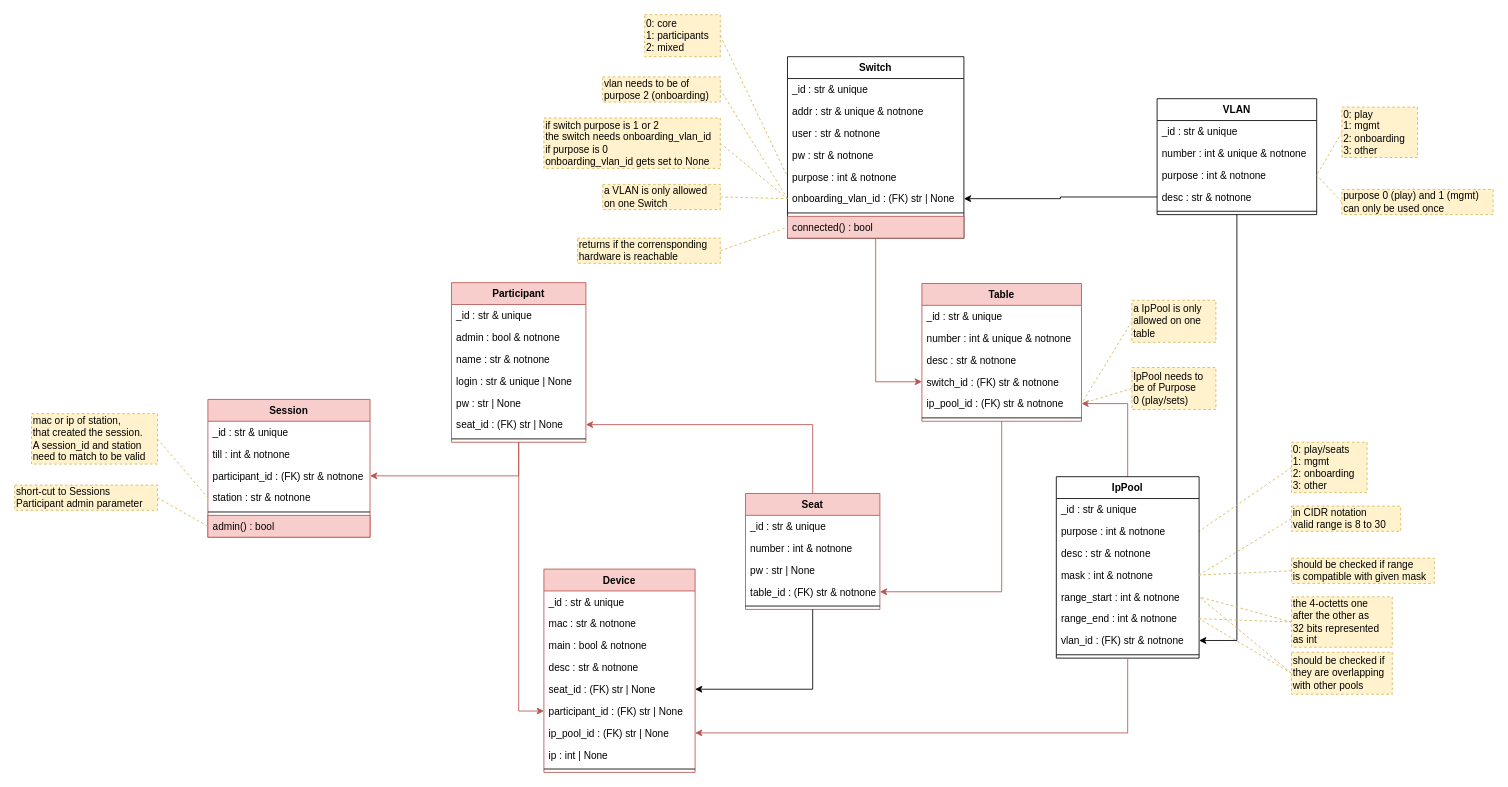
The draw.io diagram docs/elements_classes.drawio in nils-ost/LanPartyOnboardingSystem, before the edit. Source tidied: cells renumbered, new cells numbered last; positions are measured from the earlier drawing's top-left corner, leaving out a move shared by most shapes. Both pictures are drawn from the tidied source at 84%, with x=0, y=0 at pixel (14, 14).
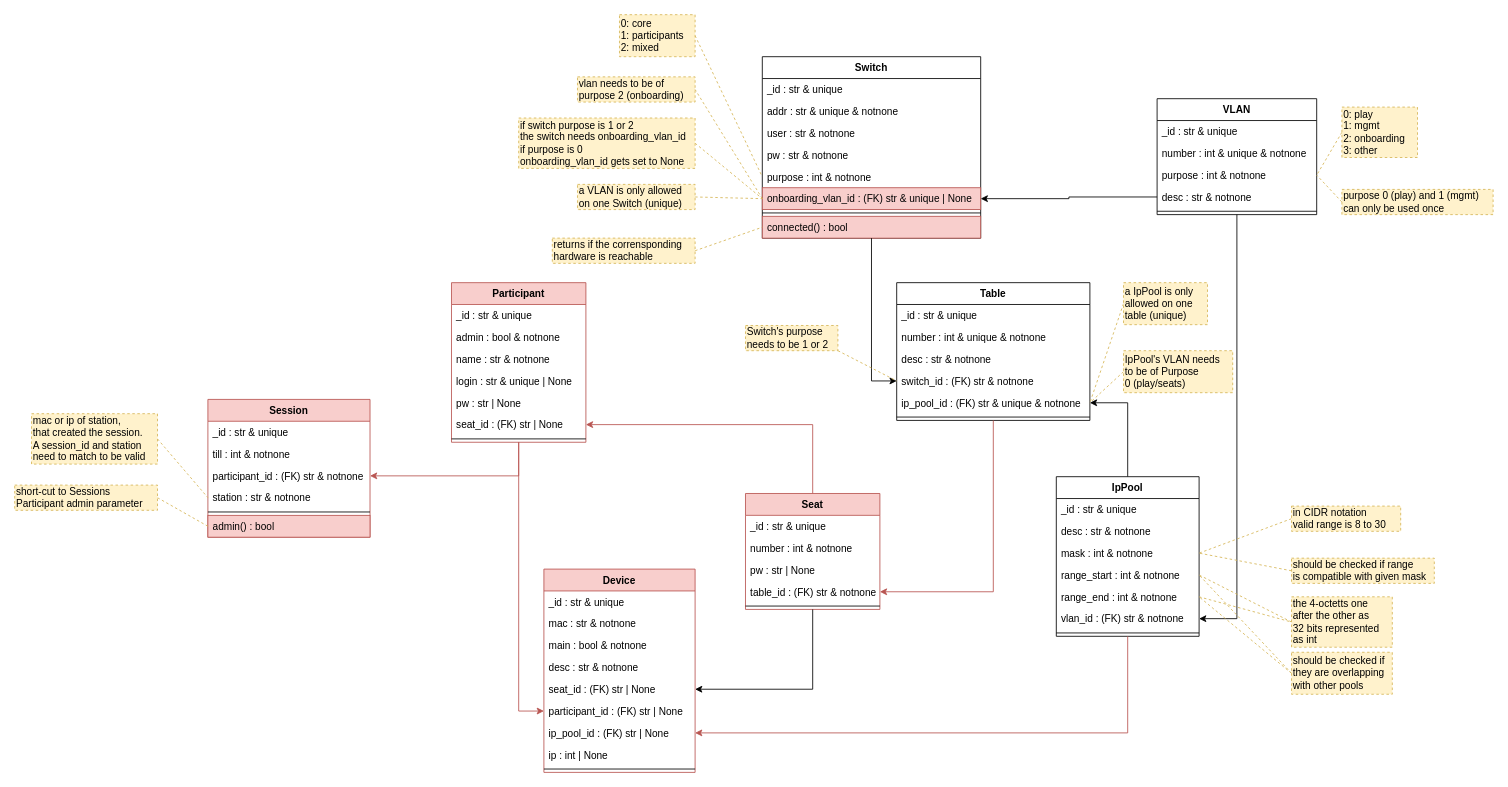
The same diagram, later.

Commit message (it also covers changes not shown here):
added element Table

Change to the diagram source:
```diff
@@
     <mxCell id="9" value="Switch" style="swimlane;fontStyle=1;align=center;verticalAlign=top;horizontal=1;startSize=26;" parent="1" vertex="1">
-      <mxGeometry x="920" y="50" width="210" height="216" as="geometry" />
+      <mxGeometry x="890" y="50" width="260" height="216" as="geometry" />
     </mxCell>
     <mxCell id="10" value="_id : str &amp; unique" style="text;strokeColor=none;fillColor=none;align=left;verticalAlign=top;spacingLeft=4;spacingRight=4;overflow=hidden;" parent="9" vertex="1">
-      <mxGeometry y="26" width="210" height="26" as="geometry" />
+      <mxGeometry y="26" width="260" height="26" as="geometry" />
     </mxCell>
     <mxCell id="11" value="addr : str &amp; unique &amp; notnone" style="text;strokeColor=none;fillColor=none;align=left;verticalAlign=top;spacingLeft=4;spacingRight=4;overflow=hidden;" parent="9" vertex="1">
-      <mxGeometry y="52" width="210" height="26" as="geometry" />
+      <mxGeometry y="52" width="260" height="26" as="geometry" />
     </mxCell>
     <mxCell id="12" value="user : str &amp; notnone" style="text;strokeColor=none;fillColor=none;align=left;verticalAlign=top;spacingLeft=4;spacingRight=4;overflow=hidden;" parent="9" vertex="1">
-      <mxGeometry y="78" width="210" height="26" as="geometry" />
+      <mxGeometry y="78" width="260" height="26" as="geometry" />
     </mxCell>
     <mxCell id="13" value="pw : str &amp; notnone" style="text;strokeColor=none;fillColor=none;align=left;verticalAlign=top;spacingLeft=4;spacingRight=4;overflow=hidden;" parent="9" vertex="1">
-      <mxGeometry y="104" width="210" height="26" as="geometry" />
+      <mxGeometry y="104" width="260" height="26" as="geometry" />
     </mxCell>
     <mxCell id="14" value="purpose : int &amp; notnone" style="text;strokeColor=none;fillColor=none;align=left;verticalAlign=top;spacingLeft=4;spacingRight=4;overflow=hidden;points=[[0,0.5],[1,0.5]];portConstraint=eastwest;" parent="9" vertex="1">
-      <mxGeometry y="130" width="210" height="26" as="geometry" />
+      <mxGeometry y="130" width="260" height="26" as="geometry" />
     </mxCell>
-    <mxCell id="15" value="onboarding_vlan_id : (FK) str | None" style="text;align=left;verticalAlign=top;spacingLeft=4;spacingRight=4;overflow=hidden;points=[[0,0.5],[1,0.5]];portConstraint=eastwest;" parent="9" vertex="1">
-      <mxGeometry y="156" width="210" height="26" as="geometry" />
+    <mxCell id="15" value="onboarding_vlan_id : (FK) str &amp; unique | None" style="text;align=left;verticalAlign=top;spacingLeft=4;spacingRight=4;overflow=hidden;points=[[0,0.5],[1,0.5]];portConstraint=eastwest;fillColor=#f8cecc;strokeColor=#b85450;" parent="9" vertex="1">
+      <mxGeometry y="156" width="260" height="26" as="geometry" />
     </mxCell>
     <mxCell id="16" style="line;strokeWidth=1;fillColor=none;align=left;verticalAlign=middle;spacingTop=-1;spacingLeft=3;spacingRight=3;labelPosition=right;" parent="9" vertex="1">
-      <mxGeometry y="182" width="210" height="8" as="geometry" />
+      <mxGeometry y="182" width="260" height="8" as="geometry" />
     </mxCell>
     <mxCell id="17" value="connected() : bool" style="text;strokeColor=#b85450;fillColor=#f8cecc;align=left;verticalAlign=top;spacingLeft=4;spacingRight=4;overflow=hidden;points=[[0,0.5],[1,0.5]];portConstraint=eastwest;" parent="9" vertex="1">
-      <mxGeometry y="190" width="210" height="26" as="geometry" />
+      <mxGeometry y="190" width="260" height="26" as="geometry" />
     </mxCell>
@@
     <mxCell id="19" value="0: core&lt;br&gt;1: participants&lt;br&gt;2: mixed" style="rounded=0;whiteSpace=wrap;html=1;fillColor=#fff2cc;strokeColor=#d6b656;dashed=1;align=left;verticalAlign=middle;horizontal=1;labelPosition=center;verticalLabelPosition=middle;" parent="1" vertex="1">
-      <mxGeometry x="750" width="90" height="50" as="geometry" />
+      <mxGeometry x="720" width="90" height="50" as="geometry" />
     </mxCell>
@@
-    <mxCell id="21" style="rounded=0;jettySize=auto;html=1;exitX=0;exitY=0.5;exitDx=0;exitDy=0;endArrow=none;endFill=0;entryX=1;entryY=0.5;entryDx=0;entryDy=0;dashed=1;fillColor=#fff2cc;strokeColor=#d6b656;" parent="1" edge="1" source="74" target="35">
-      <mxGeometry relative="1" as="geometry" />
-    </mxCell>
@@
-    <mxCell id="24" value="Table" style="swimlane;fontStyle=1;align=center;verticalAlign=top;horizontal=1;startSize=26;fillColor=#f8cecc;strokeColor=#b85450;" parent="1" vertex="1">
-      <mxGeometry x="1080" y="320" width="190" height="164" as="geometry" />
+    <mxCell id="24" value="Table" style="swimlane;fontStyle=1;align=center;verticalAlign=top;horizontal=1;startSize=26;" parent="1" vertex="1">
+      <mxGeometry x="1050" y="319" width="230" height="164" as="geometry" />
     </mxCell>
     <mxCell id="25" value="_id : str &amp; unique" style="text;strokeColor=none;fillColor=none;align=left;verticalAlign=top;spacingLeft=4;spacingRight=4;overflow=hidden;dashed=1;" parent="24" vertex="1">
-      <mxGeometry y="26" width="190" height="26" as="geometry" />
+      <mxGeometry y="26" width="230" height="26" as="geometry" />
     </mxCell>
     <mxCell id="26" value="number : int &amp; unique &amp; notnone" style="text;strokeColor=none;fillColor=none;align=left;verticalAlign=top;spacingLeft=4;spacingRight=4;overflow=hidden;dashed=1;" parent="24" vertex="1">
-      <mxGeometry y="52" width="190" height="26" as="geometry" />
+      <mxGeometry y="52" width="230" height="26" as="geometry" />
     </mxCell>
     <mxCell id="27" value="desc : str &amp; notnone" style="text;strokeColor=none;fillColor=none;align=left;verticalAlign=top;spacingLeft=4;spacingRight=4;overflow=hidden;dashed=1;" parent="24" vertex="1">
-      <mxGeometry y="78" width="190" height="26" as="geometry" />
+      <mxGeometry y="78" width="230" height="26" as="geometry" />
     </mxCell>
     <mxCell id="28" value="switch_id : (FK) str &amp; notnone" style="text;strokeColor=none;fillColor=none;align=left;verticalAlign=top;spacingLeft=4;spacingRight=4;overflow=hidden;points=[[0,0.5],[1,0.5]];portConstraint=eastwest;dashed=1;" parent="24" vertex="1">
-      <mxGeometry y="104" width="190" height="26" as="geometry" />
+      <mxGeometry y="104" width="230" height="26" as="geometry" />
     </mxCell>
-    <mxCell id="29" value="ip_pool_id : (FK) str &amp; notnone" style="text;strokeColor=none;fillColor=none;align=left;verticalAlign=top;spacingLeft=4;spacingRight=4;overflow=hidden;points=[[0,0.5],[1,0.5]];portConstraint=eastwest;dashed=1;" parent="24" vertex="1">
-      <mxGeometry y="130" width="190" height="26" as="geometry" />
+    <mxCell id="29" value="ip_pool_id : (FK) str &amp; unique &amp; notnone" style="text;strokeColor=none;fillColor=none;align=left;verticalAlign=top;spacingLeft=4;spacingRight=4;overflow=hidden;points=[[0,0.5],[1,0.5]];portConstraint=eastwest;dashed=1;" parent="24" vertex="1">
+      <mxGeometry y="130" width="230" height="26" as="geometry" />
     </mxCell>
     <mxCell id="30" style="line;strokeWidth=1;fillColor=none;align=left;verticalAlign=middle;spacingTop=-1;spacingLeft=3;spacingRight=3;labelPosition=right;" parent="24" vertex="1">
-      <mxGeometry y="156" width="190" height="8" as="geometry" />
+      <mxGeometry y="156" width="230" height="8" as="geometry" />
     </mxCell>
-    <mxCell id="31" style="edgeStyle=orthogonalEdgeStyle;rounded=0;jettySize=auto;html=1;endArrow=classic;endFill=1;fillColor=#f8cecc;strokeColor=#b85450;" parent="1" edge="1" source="9" target="28">
+    <mxCell id="31" style="edgeStyle=orthogonalEdgeStyle;rounded=0;jettySize=auto;html=1;endArrow=classic;endFill=1;" parent="1" edge="1" source="9" target="28">
       <mxGeometry relative="1" as="geometry" />
     </mxCell>
-    <mxCell id="32" style="edgeStyle=orthogonalEdgeStyle;rounded=0;jettySize=auto;html=1;endArrow=classic;endFill=1;fillColor=#f8cecc;strokeColor=#b85450;" parent="1" edge="1" source="33" target="29">
+    <mxCell id="32" style="edgeStyle=orthogonalEdgeStyle;rounded=0;jettySize=auto;html=1;endArrow=classic;endFill=1;" parent="1" edge="1" source="33" target="29">
       <mxGeometry relative="1" as="geometry" />
     </mxCell>
     <mxCell id="33" value="IpPool" style="swimlane;fontStyle=1;align=center;verticalAlign=top;horizontal=1;startSize=26;" parent="1" vertex="1">
-      <mxGeometry x="1240" y="550" width="170" height="216" as="geometry" />
+      <mxGeometry x="1240" y="550" width="170" height="190" as="geometry" />
     </mxCell>
@@
-    <mxCell id="35" value="purpose : int &amp; notnone" style="text;strokeColor=none;fillColor=none;align=left;verticalAlign=top;spacingLeft=4;spacingRight=4;overflow=hidden;points=[[0,0.5],[1,0.5]];portConstraint=eastwest;" parent="33" vertex="1">
-      <mxGeometry y="52" width="170" height="26" as="geometry" />
-    </mxCell>
     <mxCell id="36" value="desc : str &amp; notnone" style="text;strokeColor=none;fillColor=none;align=left;verticalAlign=top;spacingLeft=4;spacingRight=4;overflow=hidden;" parent="33" vertex="1">
-      <mxGeometry y="78" width="170" height="26" as="geometry" />
+      <mxGeometry y="52" width="170" height="26" as="geometry" />
     </mxCell>
     <mxCell id="37" value="mask : int &amp; notnone" style="text;strokeColor=none;fillColor=none;align=left;verticalAlign=top;spacingLeft=4;spacingRight=4;overflow=hidden;points=[[0,0.5],[1,0.5]];portConstraint=eastwest;" parent="33" vertex="1">
-      <mxGeometry y="104" width="170" height="26" as="geometry" />
+      <mxGeometry y="78" width="170" height="26" as="geometry" />
     </mxCell>
     <mxCell id="38" value="range_start : int &amp; notnone" style="text;strokeColor=none;fillColor=none;align=left;verticalAlign=top;spacingLeft=4;spacingRight=4;overflow=hidden;points=[[0,0.5],[1,0.5]];portConstraint=eastwest;" parent="33" vertex="1">
-      <mxGeometry y="130" width="170" height="26" as="geometry" />
+      <mxGeometry y="104" width="170" height="26" as="geometry" />
     </mxCell>
     <mxCell id="39" value="range_end : int &amp; notnone" style="text;strokeColor=none;fillColor=none;align=left;verticalAlign=top;spacingLeft=4;spacingRight=4;overflow=hidden;points=[[0,0.5],[1,0.5]];portConstraint=eastwest;" parent="33" vertex="1">
-      <mxGeometry y="156" width="170" height="26" as="geometry" />
+      <mxGeometry y="130" width="170" height="26" as="geometry" />
     </mxCell>
     <mxCell id="40" value="vlan_id : (FK) str &amp; notnone" style="text;strokeColor=none;fillColor=none;align=left;verticalAlign=top;spacingLeft=4;spacingRight=4;overflow=hidden;points=[[0,0.5],[1,0.5]];portConstraint=eastwest;" parent="33" vertex="1">
-      <mxGeometry y="182" width="170" height="26" as="geometry" />
+      <mxGeometry y="156" width="170" height="26" as="geometry" />
     </mxCell>
     <mxCell id="41" style="line;strokeWidth=1;fillColor=none;align=left;verticalAlign=middle;spacingTop=-1;spacingLeft=3;spacingRight=3;labelPosition=right;" parent="33" vertex="1">
-      <mxGeometry y="208" width="170" height="8" as="geometry" />
+      <mxGeometry y="182" width="170" height="8" as="geometry" />
     </mxCell>
@@
-    <mxCell id="74" value="0: play/seats&lt;br&gt;1: mgmt&lt;br&gt;2: onboarding&lt;br&gt;3: other" style="rounded=0;whiteSpace=wrap;html=1;fillColor=#fff2cc;strokeColor=#d6b656;dashed=1;align=left;verticalAlign=middle;horizontal=1;labelPosition=center;verticalLabelPosition=middle;" parent="1" vertex="1">
-      <mxGeometry x="1520" y="509" width="90" height="60" as="geometry" />
-    </mxCell>
@@
     <mxCell id="77" value="vlan needs to be of&lt;br&gt;purpose 2 (onboarding)" style="rounded=0;whiteSpace=wrap;html=1;fillColor=#fff2cc;strokeColor=#d6b656;dashed=1;align=left;verticalAlign=middle;horizontal=1;labelPosition=center;verticalLabelPosition=middle;" parent="1" vertex="1">
-      <mxGeometry x="700" y="74" width="140" height="30" as="geometry" />
+      <mxGeometry x="670" y="74" width="140" height="30" as="geometry" />
     </mxCell>
@@
     <mxCell id="92" value="returns if the corrensponding &lt;br&gt;hardware is reachable" style="rounded=0;whiteSpace=wrap;html=1;fillColor=#fff2cc;strokeColor=#d6b656;dashed=1;align=left;verticalAlign=middle;horizontal=1;labelPosition=center;verticalLabelPosition=middle;" parent="1" vertex="1">
-      <mxGeometry x="670" y="266" width="170" height="30" as="geometry" />
+      <mxGeometry x="640" y="266" width="170" height="30" as="geometry" />
     </mxCell>
@@
-    <mxCell id="97" value="a IpPool is only &lt;br&gt;allowed on one&lt;br&gt;table" style="rounded=0;whiteSpace=wrap;html=1;fillColor=#fff2cc;strokeColor=#d6b656;dashed=1;align=left;verticalAlign=middle;horizontal=1;labelPosition=center;verticalLabelPosition=middle;" parent="1" vertex="1">
-      <mxGeometry x="1330" y="340" width="100" height="50" as="geometry" />
+    <mxCell id="97" value="a IpPool is only &lt;br&gt;allowed on one&lt;br&gt;table (unique)" style="rounded=0;whiteSpace=wrap;html=1;fillColor=#fff2cc;strokeColor=#d6b656;dashed=1;align=left;verticalAlign=middle;horizontal=1;labelPosition=center;verticalLabelPosition=middle;" parent="1" vertex="1">
+      <mxGeometry x="1320" y="319" width="100" height="50" as="geometry" />
     </mxCell>
@@
-    <mxCell id="99" value="IpPool needs to&lt;br&gt;be of Purpose&lt;br&gt;0 (play/sets)" style="rounded=0;whiteSpace=wrap;html=1;fillColor=#fff2cc;strokeColor=#d6b656;dashed=1;align=left;verticalAlign=middle;horizontal=1;labelPosition=center;verticalLabelPosition=middle;" parent="1" vertex="1">
-      <mxGeometry x="1330" y="420" width="100" height="50" as="geometry" />
+    <mxCell id="99" value="IpPool's VLAN needs&lt;br&gt;to be of Purpose&lt;br&gt;0 (play/seats)" style="rounded=0;whiteSpace=wrap;html=1;fillColor=#fff2cc;strokeColor=#d6b656;dashed=1;align=left;verticalAlign=middle;horizontal=1;labelPosition=center;verticalLabelPosition=middle;" parent="1" vertex="1">
+      <mxGeometry x="1320" y="400" width="130" height="50" as="geometry" />
     </mxCell>
@@
-    <mxCell id="101" value="a VLAN is only allowed&lt;br&gt;on one Switch" style="rounded=0;whiteSpace=wrap;html=1;fillColor=#fff2cc;strokeColor=#d6b656;dashed=1;align=left;verticalAlign=middle;horizontal=1;labelPosition=center;verticalLabelPosition=middle;" parent="1" vertex="1">
-      <mxGeometry x="700" y="202" width="140" height="30" as="geometry" />
+    <mxCell id="101" value="a VLAN is only allowed&lt;br&gt;on one Switch (unique)" style="rounded=0;whiteSpace=wrap;html=1;fillColor=#fff2cc;strokeColor=#d6b656;dashed=1;align=left;verticalAlign=middle;horizontal=1;labelPosition=center;verticalLabelPosition=middle;" parent="1" vertex="1">
+      <mxGeometry x="670" y="202" width="140" height="30" as="geometry" />
     </mxCell>
@@
     <mxCell id="103" value="if switch purpose is 1 or 2&lt;br&gt;the switch needs onboarding_vlan_id&lt;br&gt;if purpose is 0&lt;br&gt;onboarding_vlan_id gets set to None" style="rounded=0;whiteSpace=wrap;html=1;fillColor=#fff2cc;strokeColor=#d6b656;dashed=1;align=left;verticalAlign=middle;horizontal=1;labelPosition=center;verticalLabelPosition=middle;" parent="1" vertex="1">
-      <mxGeometry x="630" y="123" width="210" height="60" as="geometry" />
+      <mxGeometry x="600" y="123" width="210" height="60" as="geometry" />
     </mxCell>
@@
+    <mxCell id="108" style="rounded=0;jettySize=auto;html=1;exitX=1;exitY=1;exitDx=0;exitDy=0;entryX=0;entryY=0.5;entryDx=0;entryDy=0;dashed=1;endArrow=none;endFill=0;fillColor=#fff2cc;strokeColor=#d6b656;" parent="1" edge="1" source="109" target="28">
+      <mxGeometry relative="1" as="geometry" />
+    </mxCell>
+    <mxCell id="109" value="Switch's purpose&lt;br&gt;needs to be 1 or 2" style="rounded=0;whiteSpace=wrap;html=1;fillColor=#fff2cc;strokeColor=#d6b656;dashed=1;align=left;verticalAlign=middle;horizontal=1;labelPosition=center;verticalLabelPosition=middle;" parent="1" vertex="1">
+      <mxGeometry x="870" y="370" width="110" height="30" as="geometry" />
+    </mxCell>
```
